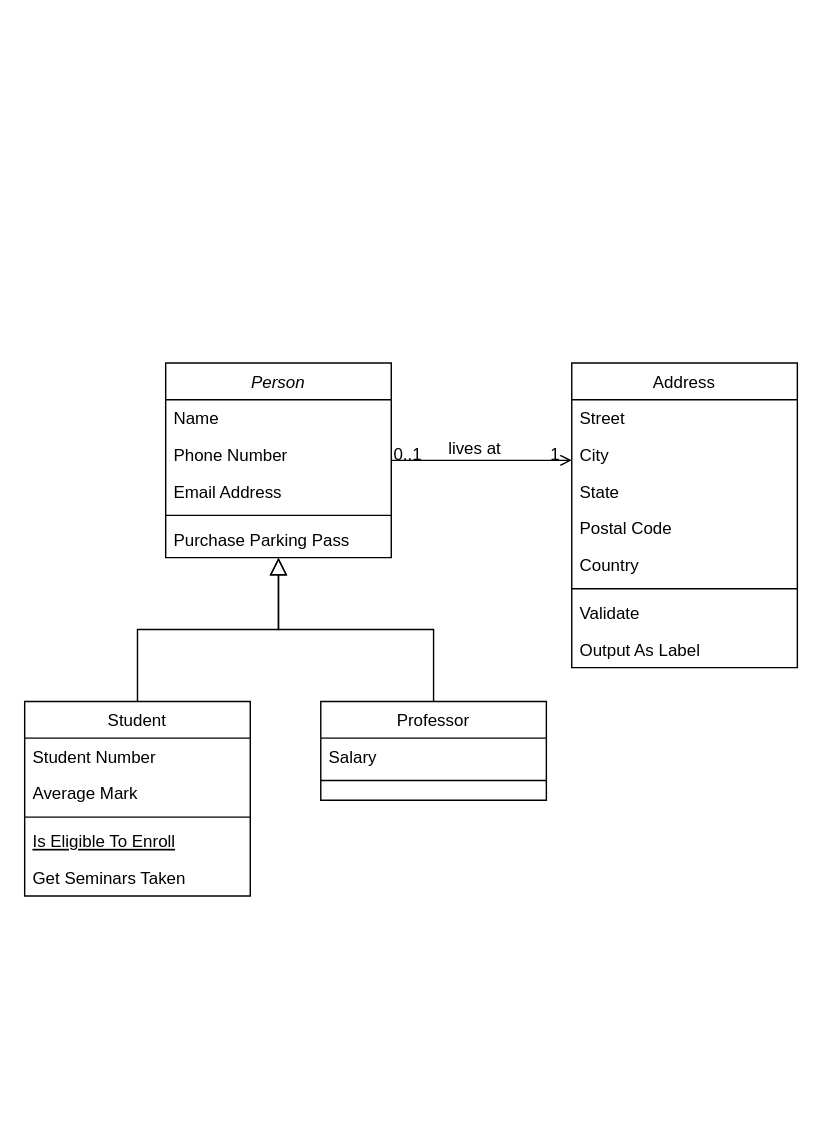
The draw.io diagram Diagrama sem nome.drawio in barbsvit/BrechoDaBarbieOFC, before the edit. Source tidied: cells renumbered, new cells numbered last; positions are measured from the earlier drawing's top-left corner, leaving out a move shared by most shapes. Both pictures are drawn from the tidied source at 141%, with x=0, y=0 at pixel (24, 362).
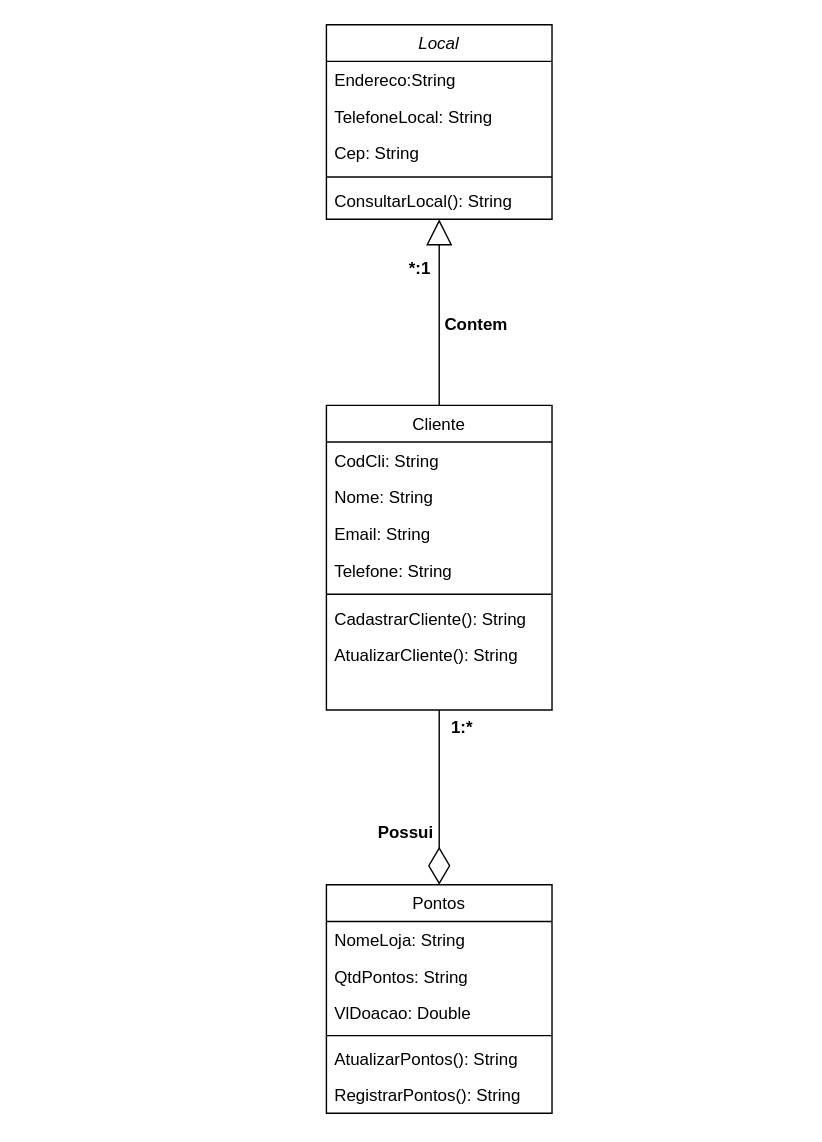
Above is the later version.

What changed in the source:
```diff
@@
-    <mxCell id="2" value="Person" style="swimlane;fontStyle=2;align=center;verticalAlign=top;horizontal=1;startSize=26;rounded=0;shadow=0;strokeWidth=1;" parent="1" vertex="1">
-      <mxGeometry x="100" width="160" height="138" as="geometry" />
+    <mxCell id="2" value="Local" style="swimlane;fontStyle=2;align=center;verticalAlign=top;horizontal=1;startSize=26;rounded=0;shadow=0;strokeWidth=1;" parent="1" vertex="1">
+      <mxGeometry x="214" y="-240" width="160" height="138" as="geometry" />
     </mxCell>
-    <mxCell id="3" value="Name" style="text;align=left;verticalAlign=top;spacingLeft=4;spacingRight=4;overflow=hidden;" parent="2" vertex="1">
+    <mxCell id="3" value="Endereco:String" style="text;align=left;verticalAlign=top;spacingLeft=4;spacingRight=4;overflow=hidden;" parent="2" vertex="1">
       <mxGeometry y="26" width="160" height="26" as="geometry" />
     </mxCell>
-    <mxCell id="4" value="Phone Number" style="text;align=left;verticalAlign=top;spacingLeft=4;spacingRight=4;overflow=hidden;rounded=0;shadow=0;html=0;" parent="2" vertex="1">
+    <mxCell id="4" value="TelefoneLocal: String" style="text;align=left;verticalAlign=top;spacingLeft=4;spacingRight=4;overflow=hidden;rounded=0;shadow=0;html=0;" parent="2" vertex="1">
       <mxGeometry y="52" width="160" height="26" as="geometry" />
     </mxCell>
-    <mxCell id="5" value="Email Address" style="text;align=left;verticalAlign=top;spacingLeft=4;spacingRight=4;overflow=hidden;rounded=0;shadow=0;html=0;" parent="2" vertex="1">
+    <mxCell id="5" value="Cep: String" style="text;align=left;verticalAlign=top;spacingLeft=4;spacingRight=4;overflow=hidden;rounded=0;shadow=0;html=0;" parent="2" vertex="1">
       <mxGeometry y="78" width="160" height="26" as="geometry" />
     </mxCell>
@@
-    <mxCell id="7" value="Purchase Parking Pass" style="text;align=left;verticalAlign=top;spacingLeft=4;spacingRight=4;overflow=hidden;points=[[0,0.5],[1,0.5]];portConstraint=eastwest;" parent="2" vertex="1">
+    <mxCell id="7" value="ConsultarLocal(): String" style="text;align=left;verticalAlign=top;spacingLeft=4;spacingRight=4;overflow=hidden;points=[[0,0.5],[1,0.5]];portConstraint=eastwest;" parent="2" vertex="1">
       <mxGeometry y="112" width="160" height="26" as="geometry" />
     </mxCell>
-    <mxCell id="8" value="Student" style="swimlane;fontStyle=0;align=center;verticalAlign=top;horizontal=1;startSize=26;rounded=0;shadow=0;strokeWidth=1;" parent="1" vertex="1">
-      <mxGeometry y="240" width="160" height="138" as="geometry" />
-    </mxCell>
-    <mxCell id="9" value="Student Number" style="text;align=left;verticalAlign=top;spacingLeft=4;spacingRight=4;overflow=hidden;" parent="8" vertex="1">
-      <mxGeometry y="26" width="160" height="26" as="geometry" />
-    </mxCell>
-    <mxCell id="10" value="Average Mark" style="text;align=left;verticalAlign=top;spacingLeft=4;spacingRight=4;overflow=hidden;rounded=0;shadow=0;html=0;" parent="8" vertex="1">
-      <mxGeometry y="52" width="160" height="26" as="geometry" />
-    </mxCell>
-    <mxCell id="11" style="line;html=1;strokeWidth=1;align=left;verticalAlign=middle;spacingTop=-1;spacingLeft=3;spacingRight=3;labelPosition=right;" parent="8" vertex="1">
-      <mxGeometry y="78" width="160" height="8" as="geometry" />
-    </mxCell>
-    <mxCell id="12" value="Is Eligible To Enroll" style="text;align=left;verticalAlign=top;spacingLeft=4;spacingRight=4;overflow=hidden;fontStyle=4;" parent="8" vertex="1">
-      <mxGeometry y="86" width="160" height="26" as="geometry" />
-    </mxCell>
-    <mxCell id="13" value="Get Seminars Taken" style="text;align=left;verticalAlign=top;spacingLeft=4;spacingRight=4;overflow=hidden;" parent="8" vertex="1">
-      <mxGeometry y="112" width="160" height="26" as="geometry" />
-    </mxCell>
-    <mxCell id="14" style="endArrow=block;endSize=10;endFill=0;shadow=0;strokeWidth=1;rounded=0;edgeStyle=elbowEdgeStyle;elbow=vertical;" parent="1" edge="1" source="8" target="2">
-      <mxGeometry relative="1" as="geometry" />
-    </mxCell>
-    <mxCell id="15" value="Professor" style="swimlane;fontStyle=0;align=center;verticalAlign=top;horizontal=1;startSize=26;rounded=0;shadow=0;strokeWidth=1;" parent="1" vertex="1">
-      <mxGeometry x="210" y="240" width="160" height="70" as="geometry" />
+    <mxCell id="15" value="Pontos" style="swimlane;fontStyle=0;align=center;verticalAlign=top;horizontal=1;startSize=26;rounded=0;shadow=0;strokeWidth=1;" parent="1" vertex="1">
+      <mxGeometry x="214" y="370" width="160" height="162" as="geometry" />
     </mxCell>
-    <mxCell id="16" value="Salary" style="text;align=left;verticalAlign=top;spacingLeft=4;spacingRight=4;overflow=hidden;" parent="15" vertex="1">
+    <mxCell id="16" value="NomeLoja: String" style="text;align=left;verticalAlign=top;spacingLeft=4;spacingRight=4;overflow=hidden;" parent="15" vertex="1">
       <mxGeometry y="26" width="160" height="26" as="geometry" />
     </mxCell>
+    <mxCell id="32" value="QtdPontos: String" style="text;align=left;verticalAlign=top;spacingLeft=4;spacingRight=4;overflow=hidden;" parent="15" vertex="1">
+      <mxGeometry y="52" width="160" height="26" as="geometry" />
+    </mxCell>
+    <mxCell id="33" value="VlDoacao: Double" style="text;align=left;verticalAlign=top;spacingLeft=4;spacingRight=4;overflow=hidden;" parent="15" vertex="1">
+      <mxGeometry y="78" width="160" height="26" as="geometry" />
+    </mxCell>
     <mxCell id="17" style="line;html=1;strokeWidth=1;align=left;verticalAlign=middle;spacingTop=-1;spacingLeft=3;spacingRight=3;labelPosition=right;" parent="15" vertex="1">
-      <mxGeometry y="52" width="160" height="8" as="geometry" />
+      <mxGeometry y="104" width="160" height="6" as="geometry" />
     </mxCell>
-    <mxCell id="18" style="endArrow=block;endSize=10;endFill=0;shadow=0;strokeWidth=1;rounded=0;edgeStyle=elbowEdgeStyle;elbow=vertical;" parent="1" edge="1" source="15" target="2">
-      <mxGeometry relative="1" as="geometry" />
-    </mxCell>
+    <mxCell id="34" value="AtualizarPontos(): String" style="text;align=left;verticalAlign=top;spacingLeft=4;spacingRight=4;overflow=hidden;" parent="15" vertex="1">
+      <mxGeometry y="110" width="160" height="26" as="geometry" />
+    </mxCell>
+    <mxCell id="35" value="RegistrarPontos(): String" style="text;align=left;verticalAlign=top;spacingLeft=4;spacingRight=4;overflow=hidden;" parent="15" vertex="1">
+      <mxGeometry y="136" width="160" height="26" as="geometry" />
+    </mxCell>
-    <mxCell id="19" value="Address" style="swimlane;fontStyle=0;align=center;verticalAlign=top;horizontal=1;startSize=26;rounded=0;shadow=0;strokeWidth=1;" parent="1" vertex="1">
-      <mxGeometry x="388" width="160" height="216" as="geometry" />
+    <mxCell id="19" value="Cliente" style="swimlane;fontStyle=0;align=center;verticalAlign=top;horizontal=1;startSize=26;rounded=0;shadow=0;strokeWidth=1;" parent="1" vertex="1">
+      <mxGeometry x="214" y="30" width="160" height="216" as="geometry" />
     </mxCell>
-    <mxCell id="20" value="Street" style="text;align=left;verticalAlign=top;spacingLeft=4;spacingRight=4;overflow=hidden;" parent="19" vertex="1">
+    <mxCell id="20" value="CodCli: String" style="text;align=left;verticalAlign=top;spacingLeft=4;spacingRight=4;overflow=hidden;" parent="19" vertex="1">
       <mxGeometry y="26" width="160" height="26" as="geometry" />
     </mxCell>
-    <mxCell id="21" value="City" style="text;align=left;verticalAlign=top;spacingLeft=4;spacingRight=4;overflow=hidden;rounded=0;shadow=0;html=0;" parent="19" vertex="1">
+    <mxCell id="21" value="Nome: String" style="text;align=left;verticalAlign=top;spacingLeft=4;spacingRight=4;overflow=hidden;rounded=0;shadow=0;html=0;" parent="19" vertex="1">
       <mxGeometry y="52" width="160" height="26" as="geometry" />
     </mxCell>
-    <mxCell id="22" value="State" style="text;align=left;verticalAlign=top;spacingLeft=4;spacingRight=4;overflow=hidden;rounded=0;shadow=0;html=0;" parent="19" vertex="1">
+    <mxCell id="22" value="Email: String" style="text;align=left;verticalAlign=top;spacingLeft=4;spacingRight=4;overflow=hidden;rounded=0;shadow=0;html=0;" parent="19" vertex="1">
       <mxGeometry y="78" width="160" height="26" as="geometry" />
     </mxCell>
-    <mxCell id="23" value="Postal Code" style="text;align=left;verticalAlign=top;spacingLeft=4;spacingRight=4;overflow=hidden;rounded=0;shadow=0;html=0;" parent="19" vertex="1">
+    <mxCell id="23" value="Telefone: String" style="text;align=left;verticalAlign=top;spacingLeft=4;spacingRight=4;overflow=hidden;rounded=0;shadow=0;html=0;" parent="19" vertex="1">
       <mxGeometry y="104" width="160" height="26" as="geometry" />
     </mxCell>
-    <mxCell id="24" value="Country" style="text;align=left;verticalAlign=top;spacingLeft=4;spacingRight=4;overflow=hidden;rounded=0;shadow=0;html=0;" parent="19" vertex="1">
-      <mxGeometry y="130" width="160" height="26" as="geometry" />
-    </mxCell>
     <mxCell id="25" style="line;html=1;strokeWidth=1;align=left;verticalAlign=middle;spacingTop=-1;spacingLeft=3;spacingRight=3;labelPosition=right;" parent="19" vertex="1">
-      <mxGeometry y="156" width="160" height="8" as="geometry" />
+      <mxGeometry y="130" width="160" height="8" as="geometry" />
     </mxCell>
-    <mxCell id="26" value="Validate" style="text;align=left;verticalAlign=top;spacingLeft=4;spacingRight=4;overflow=hidden;" parent="19" vertex="1">
-      <mxGeometry y="164" width="160" height="26" as="geometry" />
+    <mxCell id="26" value="CadastrarCliente(): String" style="text;align=left;verticalAlign=top;spacingLeft=4;spacingRight=4;overflow=hidden;" parent="19" vertex="1">
+      <mxGeometry y="138" width="160" height="26" as="geometry" />
     </mxCell>
-    <mxCell id="27" value="Output As Label" style="text;align=left;verticalAlign=top;spacingLeft=4;spacingRight=4;overflow=hidden;" parent="19" vertex="1">
-      <mxGeometry y="190" width="160" height="26" as="geometry" />
+    <mxCell id="27" value="AtualizarCliente(): String" style="text;align=left;verticalAlign=top;spacingLeft=4;spacingRight=4;overflow=hidden;" parent="19" vertex="1">
+      <mxGeometry y="164" width="160" height="26" as="geometry" />
     </mxCell>
-    <mxCell id="28" style="endArrow=open;shadow=0;strokeWidth=1;rounded=0;endFill=1;edgeStyle=elbowEdgeStyle;elbow=vertical;" parent="1" edge="1" source="2" target="19">
-      <mxGeometry x="0.5" y="41" relative="1" as="geometry">
-        <mxPoint x="-40" y="32" as="offset" />
-      </mxGeometry>
-    </mxCell>
-    <mxCell id="29" value="0..1" style="align=left;verticalAlign=bottom;labelBackgroundColor=none;fontSize=12;" parent="28" vertex="1">
-      <mxGeometry x="-1" relative="1" as="geometry">
-        <mxPoint y="4" as="offset" />
-      </mxGeometry>
-    </mxCell>
-    <mxCell id="30" value="1" style="align=right;verticalAlign=bottom;labelBackgroundColor=none;fontSize=12;" parent="28" vertex="1">
-      <mxGeometry x="1" relative="1" as="geometry">
-        <mxPoint x="-7" y="4" as="offset" />
-      </mxGeometry>
-    </mxCell>
-    <mxCell id="31" value="lives at" style="text;html=1;align=center;verticalAlign=middle;labelBackgroundColor=none;rounded=0;shadow=0;strokeWidth=1;fontSize=12;" parent="28" vertex="1">
-      <mxGeometry x="0.5" y="49" relative="1" as="geometry">
-        <mxPoint x="-38" y="40" as="offset" />
-      </mxGeometry>
-    </mxCell>
+    <mxCell id="36" style="endArrow=block;endSize=16;endFill=0;html=1;rounded=0;exitX=0.5;exitY=0;exitDx=0;exitDy=0;entryX=0.5;entryY=1;entryDx=0;entryDy=0;entryPerimeter=0;" parent="1" edge="1" source="19" target="7">
+      <mxGeometry relative="1" as="geometry" />
+    </mxCell>
+    <mxCell id="37" style="endArrow=diamondThin;endFill=0;endSize=24;html=1;rounded=0;exitX=0.5;exitY=1;exitDx=0;exitDy=0;entryX=0.5;entryY=0;entryDx=0;entryDy=0;" parent="1" edge="1" source="19" target="15">
+      <mxGeometry relative="1" as="geometry" />
+    </mxCell>
+    <mxCell id="38" value="Contem" style="text;align=center;fontStyle=1;verticalAlign=middle;spacingLeft=3;spacingRight=3;strokeColor=none;html=1;" parent="1" vertex="1">
+      <mxGeometry x="240" y="-40" width="160" height="26" as="geometry" />
+    </mxCell>
+    <mxCell id="39" value="*:1" style="text;align=center;fontStyle=1;verticalAlign=middle;spacingLeft=3;spacingRight=3;strokeColor=none;html=1;" parent="1" vertex="1">
+      <mxGeometry x="240" y="-80" width="80" height="26" as="geometry" />
+    </mxCell>
+    <mxCell id="40" value="Possui" style="text;align=center;fontStyle=1;verticalAlign=middle;spacingLeft=3;spacingRight=3;strokeColor=none;html=1;" parent="1" vertex="1">
+      <mxGeometry x="190" y="320" width="160" height="26" as="geometry" />
+    </mxCell>
+    <mxCell id="41" value="1:*" style="text;align=center;fontStyle=1;verticalAlign=middle;spacingLeft=3;spacingRight=3;strokeColor=none;html=1;" parent="1" vertex="1">
+      <mxGeometry x="270" y="246" width="80" height="26" as="geometry" />
+    </mxCell>
```
